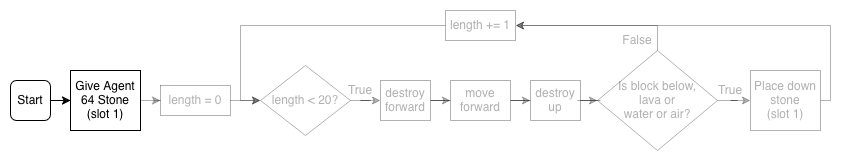
The draw.io diagram tutorials/python-islands/island-7/autominer/images/flowchart-landscape_1.png in CausewayDigital/Minecraft-EE-MakeCode, before a commit. Source tidied: cells renumbered, new cells last; positions are measured from the earlier drawing's top-left corner, leaving out a move shared by most shapes.
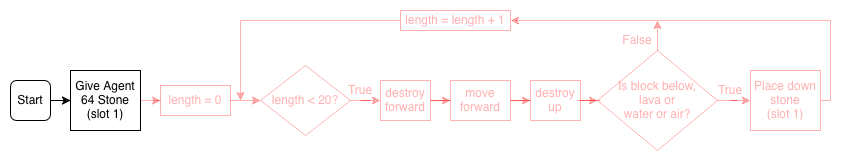
After the commit.

Commit message:
Updated flowchart images autominer island 7

What changed in the source:
```diff
@@ -8,80 +8,81 @@
     <mxCell id="3" value="Start" style="rounded=1;whiteSpace=wrap;html=1;" parent="1" vertex="1">
       <mxGeometry y="70" width="40" height="40" as="geometry" />
     </mxCell>
-    <mxCell id="4" style="edgeStyle=orthogonalEdgeStyle;rounded=0;jettySize=auto;html=1;opacity=30;textOpacity=30;" parent="1" edge="1" source="5" target="7">
+    <mxCell id="4" style="edgeStyle=orthogonalEdgeStyle;rounded=0;jettySize=auto;html=1;opacity=30;strokeColor=#FF0000;fontColor=#FF0000;textOpacity=30;" parent="1" edge="1" source="5" target="7">
       <mxGeometry relative="1" as="geometry" />
     </mxCell>
     <mxCell id="5" value="&lt;div&gt;Give Agent 64 Stone&lt;/div&gt;(slot 1)" style="rounded=0;whiteSpace=wrap;html=1;" parent="1" vertex="1">
       <mxGeometry x="60" y="60" width="70" height="60" as="geometry" />
     </mxCell>
-    <mxCell id="6" style="edgeStyle=orthogonalEdgeStyle;rounded=0;jettySize=auto;html=1;opacity=30;textOpacity=30;" parent="1" edge="1" source="7" target="9">
+    <mxCell id="6" style="edgeStyle=orthogonalEdgeStyle;rounded=0;jettySize=auto;html=1;opacity=30;strokeColor=#FF0000;fontColor=#FF0000;textOpacity=30;" parent="1" edge="1" source="7" target="9">
       <mxGeometry relative="1" as="geometry" />
     </mxCell>
-    <mxCell id="7" value="length = 0" style="rounded=0;whiteSpace=wrap;html=1;opacity=30;textOpacity=30;" parent="1" vertex="1">
+    <mxCell id="7" value="length = 0" style="rounded=0;whiteSpace=wrap;html=1;opacity=30;strokeColor=#FF0000;fontColor=#FF0000;textOpacity=30;" parent="1" vertex="1">
       <mxGeometry x="150" y="75" width="70" height="30" as="geometry" />
     </mxCell>
-    <mxCell id="8" style="edgeStyle=orthogonalEdgeStyle;rounded=0;jettySize=auto;html=1;opacity=30;textOpacity=30;" parent="1" edge="1" source="9" target="11">
+    <mxCell id="8" style="edgeStyle=orthogonalEdgeStyle;rounded=0;jettySize=auto;html=1;opacity=30;strokeColor=#FF0000;fontColor=#FF0000;textOpacity=30;" parent="1" edge="1" source="9" target="11">
       <mxGeometry relative="1" as="geometry" />
     </mxCell>
-    <mxCell id="9" value="length &amp;lt; 20?" style="rhombus;whiteSpace=wrap;html=1;opacity=30;textOpacity=30;" parent="1" vertex="1">
+    <mxCell id="9" value="length &amp;lt; 20?" style="rhombus;whiteSpace=wrap;html=1;opacity=30;strokeColor=#FF0000;fontColor=#FF0000;textOpacity=30;" parent="1" vertex="1">
       <mxGeometry x="250" y="55" width="90" height="70" as="geometry" />
     </mxCell>
-    <mxCell id="10" style="edgeStyle=orthogonalEdgeStyle;rounded=0;jettySize=auto;html=1;opacity=30;textOpacity=30;" parent="1" edge="1" source="11" target="13">
+    <mxCell id="10" style="edgeStyle=orthogonalEdgeStyle;rounded=0;jettySize=auto;html=1;opacity=30;strokeColor=#FF0000;fontColor=#FF0000;textOpacity=30;" parent="1" edge="1" source="11" target="13">
       <mxGeometry relative="1" as="geometry" />
     </mxCell>
-    <mxCell id="11" value="destroy forward" style="rounded=0;whiteSpace=wrap;html=1;opacity=30;textOpacity=30;" parent="1" vertex="1">
+    <mxCell id="11" value="destroy forward" style="rounded=0;whiteSpace=wrap;html=1;opacity=30;strokeColor=#FF0000;fontColor=#FF0000;textOpacity=30;" parent="1" vertex="1">
       <mxGeometry x="370" y="70" width="50" height="40" as="geometry" />
     </mxCell>
-    <mxCell id="12" style="edgeStyle=orthogonalEdgeStyle;rounded=0;jettySize=auto;html=1;exitX=1;exitY=0.5;exitDx=0;exitDy=0;opacity=30;textOpacity=30;" parent="1" edge="1" source="13" target="15">
+    <mxCell id="12" style="edgeStyle=orthogonalEdgeStyle;rounded=0;jettySize=auto;html=1;exitX=1;exitY=0.5;exitDx=0;exitDy=0;opacity=30;strokeColor=#FF0000;fontColor=#FF0000;textOpacity=30;" parent="1" edge="1" source="13" target="15">
       <mxGeometry relative="1" as="geometry" />
     </mxCell>
-    <mxCell id="13" value="move forward" style="rounded=0;whiteSpace=wrap;html=1;opacity=30;textOpacity=30;" parent="1" vertex="1">
+    <mxCell id="13" value="move forward" style="rounded=0;whiteSpace=wrap;html=1;opacity=30;strokeColor=#FF0000;fontColor=#FF0000;textOpacity=30;" parent="1" vertex="1">
       <mxGeometry x="440" y="70" width="60" height="40" as="geometry" />
     </mxCell>
-    <mxCell id="14" style="edgeStyle=orthogonalEdgeStyle;rounded=0;jettySize=auto;html=1;opacity=30;textOpacity=30;" parent="1" edge="1" source="15" target="17">
+    <mxCell id="14" style="edgeStyle=orthogonalEdgeStyle;rounded=0;jettySize=auto;html=1;opacity=30;strokeColor=#FF0000;fontColor=#FF0000;textOpacity=30;" parent="1" edge="1" source="15" target="17">
       <mxGeometry relative="1" as="geometry" />
     </mxCell>
-    <mxCell id="15" value="destroy up" style="rounded=0;whiteSpace=wrap;html=1;opacity=30;textOpacity=30;" parent="1" vertex="1">
+    <mxCell id="15" value="destroy up" style="rounded=0;whiteSpace=wrap;html=1;opacity=30;strokeColor=#FF0000;fontColor=#FF0000;textOpacity=30;" parent="1" vertex="1">
       <mxGeometry x="520" y="70" width="50" height="40" as="geometry" />
     </mxCell>
-    <mxCell id="16" style="edgeStyle=orthogonalEdgeStyle;rounded=0;jettySize=auto;html=1;opacity=30;textOpacity=30;" parent="1" edge="1" source="17" target="19">
+    <mxCell id="16" style="edgeStyle=orthogonalEdgeStyle;rounded=0;jettySize=auto;html=1;opacity=30;strokeColor=#FF0000;fontColor=#FF0000;textOpacity=30;" parent="1" edge="1" source="17" target="19">
       <mxGeometry relative="1" as="geometry" />
     </mxCell>
+    <mxCell id="26" style="edgeStyle=orthogonalEdgeStyle;rounded=0;jettySize=auto;html=1;exitX=0.5;exitY=0;exitDx=0;exitDy=0;opacity=30;strokeColor=#FF0000;fontColor=#FF0000;textOpacity=30;" parent="1" edge="1" source="17">
+      <mxGeometry relative="1" as="geometry">
+        <mxPoint x="647" y="10" as="targetPoint" />
+      </mxGeometry>
+    </mxCell>
-    <mxCell id="17" value="Is block below, &lt;br&gt;lava or &lt;br&gt;water or air?" style="rhombus;whiteSpace=wrap;html=1;opacity=30;textOpacity=30;" parent="1" vertex="1">
+    <mxCell id="17" value="Is block below, &lt;br&gt;lava or &lt;br&gt;water or air?" style="rhombus;whiteSpace=wrap;html=1;opacity=30;strokeColor=#FF0000;fontColor=#FF0000;textOpacity=30;" parent="1" vertex="1">
       <mxGeometry x="587" y="40" width="120" height="100" as="geometry" />
     </mxCell>
-    <mxCell id="18" style="edgeStyle=orthogonalEdgeStyle;rounded=0;jettySize=auto;html=1;entryX=1;entryY=0.5;entryDx=0;entryDy=0;opacity=30;textOpacity=30;" parent="1" edge="1" source="19" target="25">
+    <mxCell id="18" style="edgeStyle=orthogonalEdgeStyle;rounded=0;jettySize=auto;html=1;entryX=1;entryY=0.5;entryDx=0;entryDy=0;opacity=30;strokeColor=#FF0000;fontColor=#FF0000;textOpacity=30;" parent="1" edge="1" source="19" target="25">
       <mxGeometry relative="1" as="geometry">
         <Array as="points">
           <mxPoint x="820" y="90" />
-          <mxPoint x="820" y="15" />
+          <mxPoint x="820" y="10" />
+          <mxPoint x="505" y="10" />
         </Array>
       </mxGeometry>
     </mxCell>
-    <mxCell id="19" value="&lt;div&gt;Place down stone&lt;/div&gt;(slot 1)" style="rounded=0;whiteSpace=wrap;html=1;opacity=30;textOpacity=30;" parent="1" vertex="1">
+    <mxCell id="19" value="&lt;div&gt;Place down stone&lt;/div&gt;(slot 1)" style="rounded=0;whiteSpace=wrap;html=1;opacity=30;strokeColor=#FF0000;fontColor=#FF0000;textOpacity=30;" parent="1" vertex="1">
       <mxGeometry x="740" y="60" width="70" height="60" as="geometry" />
     </mxCell>
-    <mxCell id="20" value="True&lt;span style=&quot;color: rgba(0 , 0 , 0 , 0) ; font-family: monospace ; font-size: 0px&quot;&gt;%3CmxGraphModel%3E%3Croot%3E%3CmxCell%20id%3D%220%22%2F%3E%3CmxCell%20id%3D%221%22%20parent%3D%220%22%2F%3E%3CmxCell%20id%3D%222%22%20value%3D%22destroy%20forward%22%20style%3D%22rounded%3D0%3BwhiteSpace%3Dwrap%3Bhtml%3D1%3B%22%20vertex%3D%221%22%20parent%3D%221%22%3E%3CmxGeometry%20x%3D%22240%22%20y%3D%22560%22%20width%3D%22120%22%20height%3D%2260%22%20as%3D%22geometry%22%2F%3E%3C%2FmxCell%3E%3C%2Froot%3E%3C%2FmxGraphModel%3E&lt;/span&gt;" style="text;html=1;align=center;verticalAlign=middle;whiteSpace=wrap;rounded=0;opacity=30;textOpacity=30;" parent="1" vertex="1">
+    <mxCell id="20" value="True&lt;span style=&quot;font-family: monospace; font-size: 0px;&quot;&gt;%3CmxGraphModel%3E%3Croot%3E%3CmxCell%20id%3D%220%22%2F%3E%3CmxCell%20id%3D%221%22%20parent%3D%220%22%2F%3E%3CmxCell%20id%3D%222%22%20value%3D%22destroy%20forward%22%20style%3D%22rounded%3D0%3BwhiteSpace%3Dwrap%3Bhtml%3D1%3B%22%20vertex%3D%221%22%20parent%3D%221%22%3E%3CmxGeometry%20x%3D%22240%22%20y%3D%22560%22%20width%3D%22120%22%20height%3D%2260%22%20as%3D%22geometry%22%2F%3E%3C%2FmxCell%3E%3C%2Froot%3E%3C%2FmxGraphModel%3E&lt;/span&gt;" style="text;html=1;align=center;verticalAlign=middle;whiteSpace=wrap;rounded=0;opacity=30;strokeColor=none;fontColor=#FF0000;textOpacity=30;" parent="1" vertex="1">
       <mxGeometry x="330" y="70" width="40" height="20" as="geometry" />
     </mxCell>
-    <mxCell id="21" value="True&lt;span style=&quot;color: rgba(0 , 0 , 0 , 0) ; font-family: monospace ; font-size: 0px&quot;&gt;%3CmxGraphModel%3E%3Croot%3E%3CmxCell%20id%3D%220%22%2F%3E%3CmxCell%20id%3D%221%22%20parent%3D%220%22%2F%3E%3CmxCell%20id%3D%222%22%20value%3D%22destroy%20forward%22%20style%3D%22rounded%3D0%3BwhiteSpace%3Dwrap%3Bhtml%3D1%3B%22%20vertex%3D%221%22%20parent%3D%221%22%3E%3CmxGeometry%20x%3D%22240%22%20y%3D%22560%22%20width%3D%22120%22%20height%3D%2260%22%20as%3D%22geometry%22%2F%3E%3C%2FmxCell%3E%3C%2Froot%3E%3C%2FmxGraphModel%3E&lt;/span&gt;" style="text;html=1;align=center;verticalAlign=middle;whiteSpace=wrap;rounded=0;opacity=30;textOpacity=30;" parent="1" vertex="1">
+    <mxCell id="21" value="True&lt;span style=&quot;font-family: monospace; font-size: 0px;&quot;&gt;%3CmxGraphModel%3E%3Croot%3E%3CmxCell%20id%3D%220%22%2F%3E%3CmxCell%20id%3D%221%22%20parent%3D%220%22%2F%3E%3CmxCell%20id%3D%222%22%20value%3D%22destroy%20forward%22%20style%3D%22rounded%3D0%3BwhiteSpace%3Dwrap%3Bhtml%3D1%3B%22%20vertex%3D%221%22%20parent%3D%221%22%3E%3CmxGeometry%20x%3D%22240%22%20y%3D%22560%22%20width%3D%22120%22%20height%3D%2260%22%20as%3D%22geometry%22%2F%3E%3C%2FmxCell%3E%3C%2Froot%3E%3C%2FmxGraphModel%3E&lt;/span&gt;" style="text;html=1;align=center;verticalAlign=middle;whiteSpace=wrap;rounded=0;opacity=30;strokeColor=none;fontColor=#FF0000;textOpacity=30;" parent="1" vertex="1">
       <mxGeometry x="700" y="70" width="40" height="20" as="geometry" />
     </mxCell>
-    <mxCell id="22" style="edgeStyle=orthogonalEdgeStyle;rounded=0;jettySize=auto;html=1;exitX=1;exitY=1;exitDx=0;exitDy=0;entryX=1;entryY=0.5;entryDx=0;entryDy=0;opacity=30;textOpacity=30;" parent="1" edge="1" source="23" target="25">
-      <mxGeometry relative="1" as="geometry">
-        <Array as="points">
-          <mxPoint x="647" y="15" />
-        </Array>
-      </mxGeometry>
-    </mxCell>
-    <mxCell id="23" value="False" style="text;html=1;align=center;verticalAlign=middle;whiteSpace=wrap;rounded=0;opacity=30;textOpacity=30;" parent="1" vertex="1">
+    <mxCell id="23" value="False" style="text;html=1;align=center;verticalAlign=middle;whiteSpace=wrap;rounded=0;opacity=30;strokeColor=none;fontColor=#FF0000;textOpacity=30;" parent="1" vertex="1">
       <mxGeometry x="607" y="20" width="40" height="20" as="geometry" />
     </mxCell>
-    <mxCell id="24" style="edgeStyle=orthogonalEdgeStyle;rounded=0;jettySize=auto;html=1;entryX=0;entryY=0.5;entryDx=0;entryDy=0;opacity=30;textOpacity=30;" parent="1" edge="1" source="25" target="9">
-      <mxGeometry relative="1" as="geometry" />
-    </mxCell>
+    <mxCell id="27" style="edgeStyle=orthogonalEdgeStyle;rounded=0;jettySize=auto;html=1;exitX=0;exitY=0.5;exitDx=0;exitDy=0;opacity=30;strokeColor=#FF0000;fontColor=#FF0000;textOpacity=30;" parent="1" edge="1" source="25">
+      <mxGeometry relative="1" as="geometry">
+        <mxPoint x="230" y="90" as="targetPoint" />
+      </mxGeometry>
+    </mxCell>
-    <mxCell id="25" value="length += 1" style="rounded=0;whiteSpace=wrap;html=1;opacity=30;textOpacity=30;" parent="1" vertex="1">
-      <mxGeometry x="435" width="70" height="30" as="geometry" />
+    <mxCell id="25" value="length = length + 1" style="rounded=0;whiteSpace=wrap;html=1;opacity=30;strokeColor=#FF0000;fontColor=#FF0000;textOpacity=30;" parent="1" vertex="1">
+      <mxGeometry x="390" width="110" height="20" as="geometry" />
     </mxCell>
   </root>
 </mxGraphModel>
```
